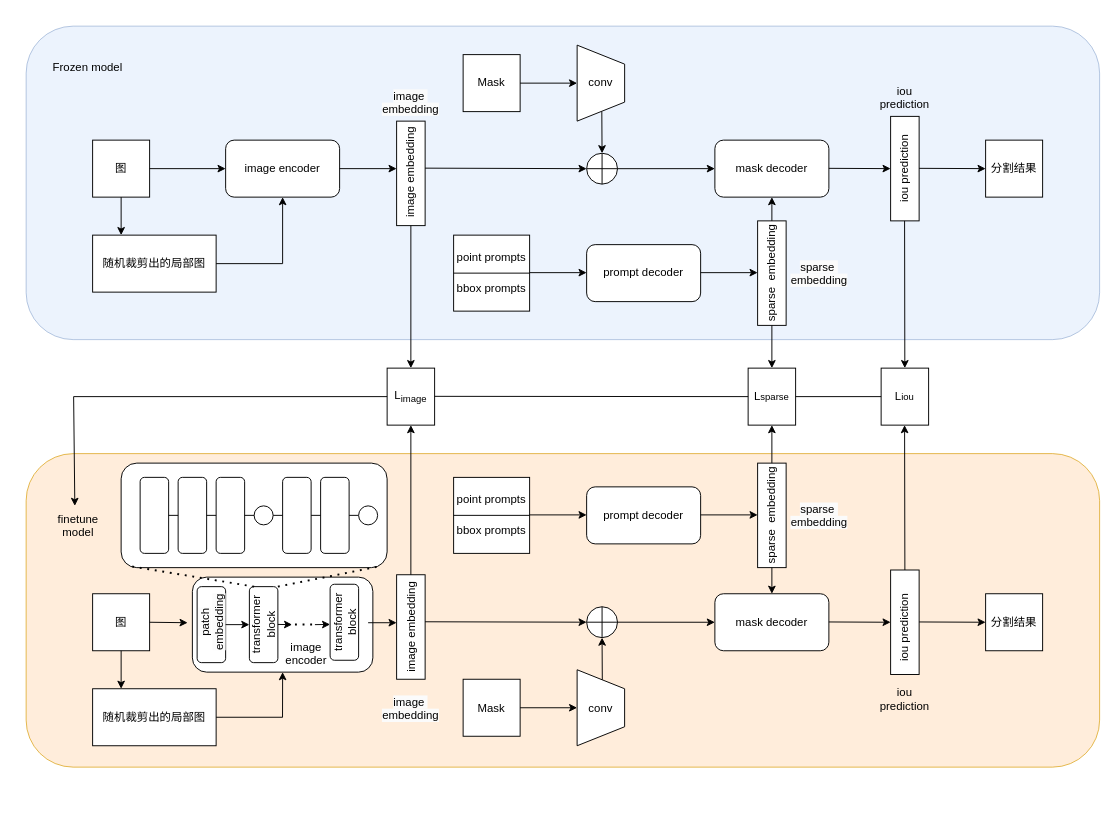
Earlier version of the draw.io diagram SAM-Med2D_fair.drawio (FiveYuanWashingMachine/ml_toolset). Source tidied: cells renumbered, new cells numbered last; positions are measured from the earlier drawing's top-left corner, leaving out a move shared by most shapes. Both pictures are drawn from the tidied source at 95%, with x=0, y=0 at pixel (26, 26).
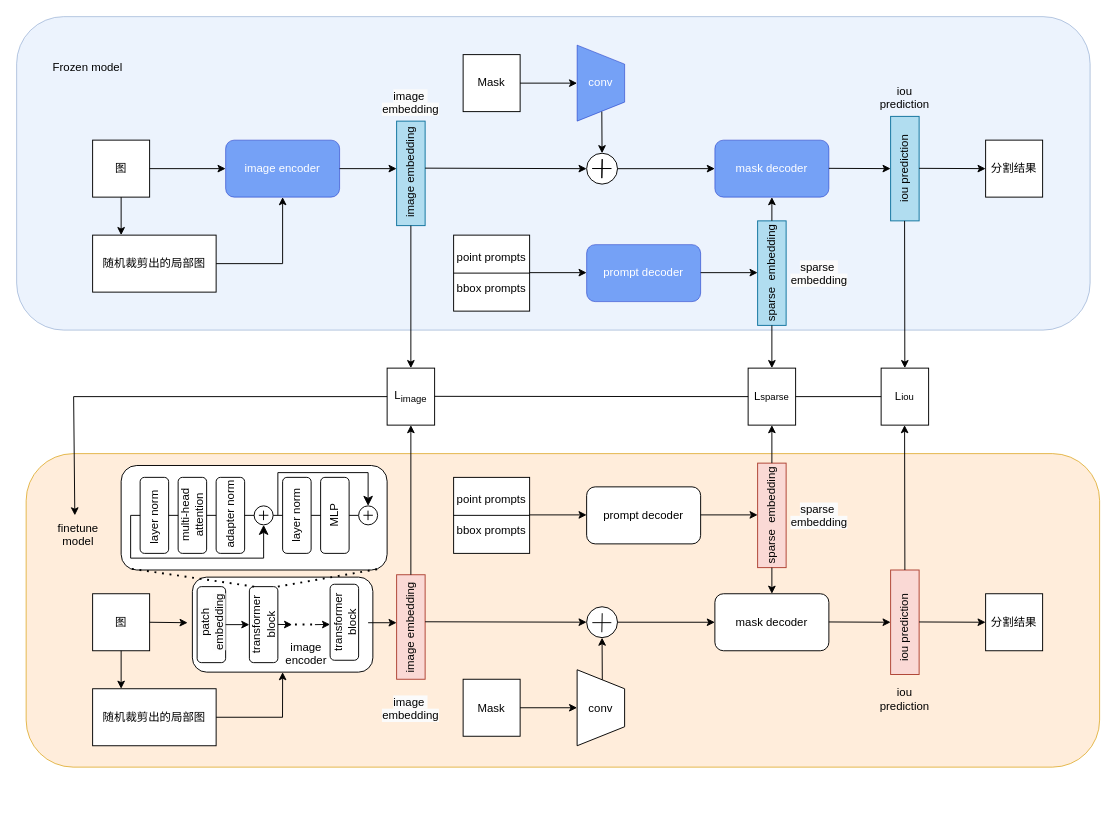
After the change.

Unchanged cells that the change refers to:
```xml
<mxCell id="20" style="ellipse;whiteSpace=wrap;html=1;" parent="1" vertex="1">
  <mxGeometry x="590" y="133.8" width="32.5" height="32.5" as="geometry" />
</mxCell>
<mxCell id="52" style="ellipse;whiteSpace=wrap;html=1;" parent="1" vertex="1">
  <mxGeometry x="590" y="611.2" width="32.5" height="32.5" as="geometry" />
</mxCell>
<mxCell id="105" style="rounded=1;whiteSpace=wrap;html=1;" parent="1" vertex="1">
  <mxGeometry x="120" y="475" width="30" height="80" as="geometry" />
</mxCell>
<mxCell id="111" style="ellipse;whiteSpace=wrap;html=1;" parent="1" vertex="1">
  <mxGeometry x="240" y="505" width="20" height="20" as="geometry" />
</mxCell>
<mxCell id="112" style="ellipse;whiteSpace=wrap;html=1;" parent="1" vertex="1">
  <mxGeometry x="350" y="505" width="20" height="20" as="geometry" />
</mxCell>
```

Diff of the diagram source:
```diff
@@
     <mxCell id="2" style="rounded=1;whiteSpace=wrap;html=1;labelBackgroundColor=none;textShadow=0;fillColor=#dae8fc;strokeColor=#6c8ebf;opacity=50;" parent="1" vertex="1">
-      <mxGeometry width="1130" height="330" as="geometry" />
+      <mxGeometry x="-10" y="-10" width="1130" height="330" as="geometry" />
     </mxCell>
@@
-    <mxCell id="8" value="image encoder" style="rounded=1;whiteSpace=wrap;html=1;" parent="1" vertex="1">
+    <mxCell id="8" value="image encoder" style="rounded=1;whiteSpace=wrap;html=1;fillColor=#0050ef;fontColor=#ffffff;strokeColor=#001DBC;opacity=50;" parent="1" vertex="1">
       <mxGeometry x="210" y="120" width="120" height="60" as="geometry" />
     </mxCell>
@@
-    <mxCell id="10" style="rounded=0;whiteSpace=wrap;html=1;" parent="1" vertex="1">
+    <mxCell id="10" style="rounded=0;whiteSpace=wrap;html=1;fillColor=#b1ddf0;strokeColor=#10739e;" parent="1" vertex="1">
       <mxGeometry x="390" y="100" width="30" height="110" as="geometry" />
     </mxCell>
@@
-    <mxCell id="16" value="prompt decoder" style="rounded=1;whiteSpace=wrap;html=1;" parent="1" vertex="1">
+    <mxCell id="16" value="prompt decoder" style="rounded=1;whiteSpace=wrap;html=1;fillColor=#0050ef;fontColor=#ffffff;strokeColor=#001DBC;opacity=50;" parent="1" vertex="1">
       <mxGeometry x="590" y="230" width="120" height="60" as="geometry" />
     </mxCell>
@@
-    <mxCell id="18" style="rounded=0;whiteSpace=wrap;html=1;" parent="1" vertex="1">
+    <mxCell id="18" style="rounded=0;whiteSpace=wrap;html=1;fillColor=#b1ddf0;strokeColor=#10739e;" parent="1" vertex="1">
       <mxGeometry x="770" y="205" width="30" height="110" as="geometry" />
     </mxCell>
@@
-    <mxCell id="21" style="endArrow=none;html=1;rounded=0;entryX=0.5;entryY=0;entryDx=0;entryDy=0;exitX=0.5;exitY=1;exitDx=0;exitDy=0;" parent="1" edge="1" source="20" target="20">
-      <mxGeometry relative="1" as="geometry" />
-    </mxCell>
@@
-    <mxCell id="24" value="conv" style="shape=trapezoid;perimeter=trapezoidPerimeter;whiteSpace=wrap;html=1;fixedSize=1;direction=south;" parent="1" vertex="1">
+    <mxCell id="24" value="conv" style="shape=trapezoid;perimeter=trapezoidPerimeter;whiteSpace=wrap;html=1;fixedSize=1;direction=south;fillColor=#0050ef;fontColor=#ffffff;strokeColor=#001DBC;opacity=50;" parent="1" vertex="1">
       <mxGeometry x="580" y="20" width="50" height="80" as="geometry" />
     </mxCell>
@@
-    <mxCell id="26" style="endArrow=none;html=1;rounded=0;entryX=0;entryY=0.5;entryDx=0;entryDy=0;exitX=1;exitY=0.5;exitDx=0;exitDy=0;" parent="1" edge="1" source="20" target="20">
-      <mxGeometry relative="1" as="geometry" />
-    </mxCell>
@@
-    <mxCell id="28" value="mask decoder" style="rounded=1;whiteSpace=wrap;html=1;" parent="1" vertex="1">
+    <mxCell id="28" value="mask decoder" style="rounded=1;whiteSpace=wrap;html=1;fillColor=#0050ef;strokeColor=#001DBC;fontColor=#ffffff;opacity=50;" parent="1" vertex="1">
       <mxGeometry x="725" y="120" width="120" height="60" as="geometry" />
     </mxCell>
@@
-    <mxCell id="31" style="rounded=0;whiteSpace=wrap;html=1;" parent="1" vertex="1">
+    <mxCell id="31" style="rounded=0;whiteSpace=wrap;html=1;fillColor=#b1ddf0;strokeColor=#10739e;" parent="1" vertex="1">
       <mxGeometry x="910" y="95" width="30" height="110" as="geometry" />
     </mxCell>
@@
-    <mxCell id="42" style="rounded=0;whiteSpace=wrap;html=1;" parent="1" vertex="1">
+    <mxCell id="42" style="rounded=0;whiteSpace=wrap;html=1;fillColor=#fad9d5;strokeColor=#ae4132;" parent="1" vertex="1">
       <mxGeometry x="390" y="577.5" width="30" height="110" as="geometry" />
     </mxCell>
@@
-    <mxCell id="50" style="rounded=0;whiteSpace=wrap;html=1;" parent="1" vertex="1">
+    <mxCell id="50" style="rounded=0;whiteSpace=wrap;html=1;fillColor=#fad9d5;strokeColor=#ae4132;" parent="1" vertex="1">
       <mxGeometry x="770" y="460" width="30" height="110" as="geometry" />
     </mxCell>
@@
-    <mxCell id="53" style="endArrow=none;html=1;rounded=0;entryX=0.5;entryY=0;entryDx=0;entryDy=0;exitX=0.5;exitY=1;exitDx=0;exitDy=0;" parent="1" edge="1" source="52" target="52">
-      <mxGeometry relative="1" as="geometry" />
-    </mxCell>
@@
-    <mxCell id="58" style="endArrow=none;html=1;rounded=0;entryX=0;entryY=0.5;entryDx=0;entryDy=0;exitX=1;exitY=0.5;exitDx=0;exitDy=0;" parent="1" edge="1" source="52" target="52">
-      <mxGeometry relative="1" as="geometry" />
-    </mxCell>
@@
-    <mxCell id="63" style="rounded=0;whiteSpace=wrap;html=1;" parent="1" vertex="1">
+    <mxCell id="63" style="rounded=0;whiteSpace=wrap;html=1;fillColor=#fad9d5;strokeColor=#ae4132;" parent="1" vertex="1">
       <mxGeometry x="910" y="572.5" width="30" height="110" as="geometry" />
     </mxCell>
@@
     <mxCell id="80" value="finetune&lt;div&gt;model&lt;/div&gt;" style="text;whiteSpace=wrap;html=1;align=center;" parent="1" vertex="1">
-      <mxGeometry y="505" width="110" height="40" as="geometry" />
+      <mxGeometry y="515" width="110" height="40" as="geometry" />
     </mxCell>
@@
     <mxCell id="96" style="rounded=1;whiteSpace=wrap;html=1;" parent="1" vertex="1">
-      <mxGeometry x="100" y="460" width="280" height="110" as="geometry" />
+      <mxGeometry x="100" y="462.5" width="280" height="110" as="geometry" />
     </mxCell>
@@
     <mxCell id="100" value="image&amp;nbsp;&lt;span style=&quot;background-color: initial;&quot;&gt;embedding&lt;/span&gt;" style="text;whiteSpace=wrap;html=1;horizontal=0;verticalAlign=middle;textDirection=ltr;align=center;" parent="1" vertex="1">
-      <mxGeometry x="375" y="434.4" width="60" height="396.2" as="geometry" />
+      <mxGeometry x="375" y="435" width="60" height="396.2" as="geometry" />
     </mxCell>
@@
+    <mxCell id="113" style="edgeStyle=elbowEdgeStyle;elbow=vertical;endArrow=classic;html=1;curved=0;rounded=0;endSize=8;startSize=8;entryX=0.5;entryY=0;entryDx=0;entryDy=0;" parent="1" edge="1" target="112">
+      <mxGeometry relative="1" as="geometry">
+        <mxPoint x="265" y="515" as="sourcePoint" />
+        <Array as="points">
+          <mxPoint x="310" y="470" />
+        </Array>
+      </mxGeometry>
+    </mxCell>
+    <mxCell id="114" style="endArrow=none;html=1;rounded=0;entryX=0;entryY=0.5;entryDx=0;entryDy=0;" parent="1" edge="1">
+      <mxGeometry relative="1" as="geometry">
+        <mxPoint x="365" y="514.9" as="sourcePoint" />
+        <mxPoint x="355" y="514.9" as="targetPoint" />
+      </mxGeometry>
+    </mxCell>
+    <mxCell id="115" style="endArrow=none;html=1;rounded=0;entryX=0;entryY=0.5;entryDx=0;entryDy=0;" parent="1" edge="1">
+      <mxGeometry relative="1" as="geometry">
+        <mxPoint x="359.9" y="510" as="sourcePoint" />
+        <mxPoint x="359.9" y="520" as="targetPoint" />
+      </mxGeometry>
+    </mxCell>
+    <mxCell id="116" style="group;" parent="1" vertex="1">
+      <mxGeometry x="596" y="140" width="20" height="20" as="geometry" />
+    </mxCell>
+    <mxCell id="26" style="endArrow=none;html=1;rounded=0;entryX=0;entryY=0.5;entryDx=0;entryDy=0;exitX=1;exitY=0.5;exitDx=0;exitDy=0;targetPerimeterSpacing=0;" parent="116" edge="1">
+      <mxGeometry relative="1" as="geometry">
+        <mxPoint x="20" y="9.9" as="sourcePoint" />
+        <mxPoint y="9.9" as="targetPoint" />
+      </mxGeometry>
+    </mxCell>
+    <mxCell id="117" style="endArrow=none;html=1;rounded=0;exitX=1;exitY=0.5;exitDx=0;exitDy=0;targetPerimeterSpacing=0;" parent="116" edge="1">
+      <mxGeometry relative="1" as="geometry">
+        <mxPoint x="10.4" as="sourcePoint" />
+        <mxPoint x="10" y="20" as="targetPoint" />
+      </mxGeometry>
+    </mxCell>
+    <mxCell id="118" style="group;" parent="1" vertex="1">
+      <mxGeometry x="596" y="140" width="20" height="20" as="geometry" />
+    </mxCell>
+    <mxCell id="119" style="endArrow=none;html=1;rounded=0;entryX=0;entryY=0.5;entryDx=0;entryDy=0;exitX=1;exitY=0.5;exitDx=0;exitDy=0;targetPerimeterSpacing=0;" parent="118" edge="1">
+      <mxGeometry relative="1" as="geometry">
+        <mxPoint x="20" y="9.9" as="sourcePoint" />
+        <mxPoint y="9.9" as="targetPoint" />
+      </mxGeometry>
+    </mxCell>
+    <mxCell id="120" style="endArrow=none;html=1;rounded=0;exitX=1;exitY=0.5;exitDx=0;exitDy=0;targetPerimeterSpacing=0;" parent="118" edge="1">
+      <mxGeometry relative="1" as="geometry">
+        <mxPoint x="10.4" as="sourcePoint" />
+        <mxPoint x="10" y="20" as="targetPoint" />
+      </mxGeometry>
+    </mxCell>
+    <mxCell id="121" style="group;" parent="1" vertex="1">
+      <mxGeometry x="596" y="618" width="20" height="20" as="geometry" />
+    </mxCell>
+    <mxCell id="122" style="endArrow=none;html=1;rounded=0;entryX=0;entryY=0.5;entryDx=0;entryDy=0;exitX=1;exitY=0.5;exitDx=0;exitDy=0;targetPerimeterSpacing=0;" parent="121" edge="1">
+      <mxGeometry relative="1" as="geometry">
+        <mxPoint x="20" y="9.9" as="sourcePoint" />
+        <mxPoint y="9.9" as="targetPoint" />
+      </mxGeometry>
+    </mxCell>
+    <mxCell id="123" style="endArrow=none;html=1;rounded=0;exitX=1;exitY=0.5;exitDx=0;exitDy=0;targetPerimeterSpacing=0;" parent="121" edge="1">
+      <mxGeometry relative="1" as="geometry">
+        <mxPoint x="10.4" as="sourcePoint" />
+        <mxPoint x="10" y="20" as="targetPoint" />
+      </mxGeometry>
+    </mxCell>
+    <mxCell id="124" style="endArrow=none;html=1;rounded=0;entryX=0;entryY=0.5;entryDx=0;entryDy=0;" parent="1" edge="1">
+      <mxGeometry relative="1" as="geometry">
+        <mxPoint x="249.9" y="510" as="sourcePoint" />
+        <mxPoint x="249.9" y="520" as="targetPoint" />
+      </mxGeometry>
+    </mxCell>
+    <mxCell id="125" style="endArrow=none;html=1;rounded=0;entryX=0;entryY=0.5;entryDx=0;entryDy=0;" parent="1" edge="1">
+      <mxGeometry relative="1" as="geometry">
+        <mxPoint x="255" y="514.9" as="sourcePoint" />
+        <mxPoint x="245" y="514.9" as="targetPoint" />
+      </mxGeometry>
+    </mxCell>
+    <mxCell id="126" style="edgeStyle=elbowEdgeStyle;elbow=vertical;endArrow=classic;html=1;curved=0;rounded=0;endSize=8;startSize=8;entryX=0.5;entryY=1;entryDx=0;entryDy=0;" parent="1" edge="1" target="111">
+      <mxGeometry relative="1" as="geometry">
+        <mxPoint x="110" y="515" as="sourcePoint" />
+        <Array as="points">
+          <mxPoint x="160" y="560" />
+        </Array>
+      </mxGeometry>
+    </mxCell>
+    <mxCell id="127" style="endArrow=none;html=1;rounded=0;entryX=0;entryY=0.5;entryDx=0;entryDy=0;" parent="1" edge="1" target="105">
+      <mxGeometry relative="1" as="geometry">
+        <mxPoint x="110" y="515" as="sourcePoint" />
+      </mxGeometry>
+    </mxCell>
+    <mxCell id="128" value="layer norm" style="text;whiteSpace=wrap;html=1;horizontal=0;verticalAlign=middle;textDirection=ltr;align=center;" parent="1" vertex="1">
+      <mxGeometry x="105" y="485" width="60" height="65" as="geometry" />
+    </mxCell>
+    <mxCell id="129" value="multi-head&lt;div&gt;attention&lt;/div&gt;" style="text;whiteSpace=wrap;html=1;horizontal=0;verticalAlign=middle;textDirection=ltr;align=center;" parent="1" vertex="1">
+      <mxGeometry x="145" y="482.5" width="60" height="65" as="geometry" />
+    </mxCell>
+    <mxCell id="130" value="adapter norm" style="text;whiteSpace=wrap;html=1;horizontal=0;verticalAlign=middle;textDirection=ltr;align=center;" parent="1" vertex="1">
+      <mxGeometry x="185" y="475" width="60" height="77.5" as="geometry" />
+    </mxCell>
+    <mxCell id="131" value="layer norm" style="text;whiteSpace=wrap;html=1;horizontal=0;verticalAlign=middle;textDirection=ltr;align=center;" parent="1" vertex="1">
+      <mxGeometry x="255" y="476.2" width="60" height="77.5" as="geometry" />
+    </mxCell>
+    <mxCell id="132" value="MLP" style="text;whiteSpace=wrap;html=1;horizontal=0;verticalAlign=middle;textDirection=ltr;align=center;" parent="1" vertex="1">
+      <mxGeometry x="295" y="476.2" width="60" height="77.5" as="geometry" />
+    </mxCell>
```
